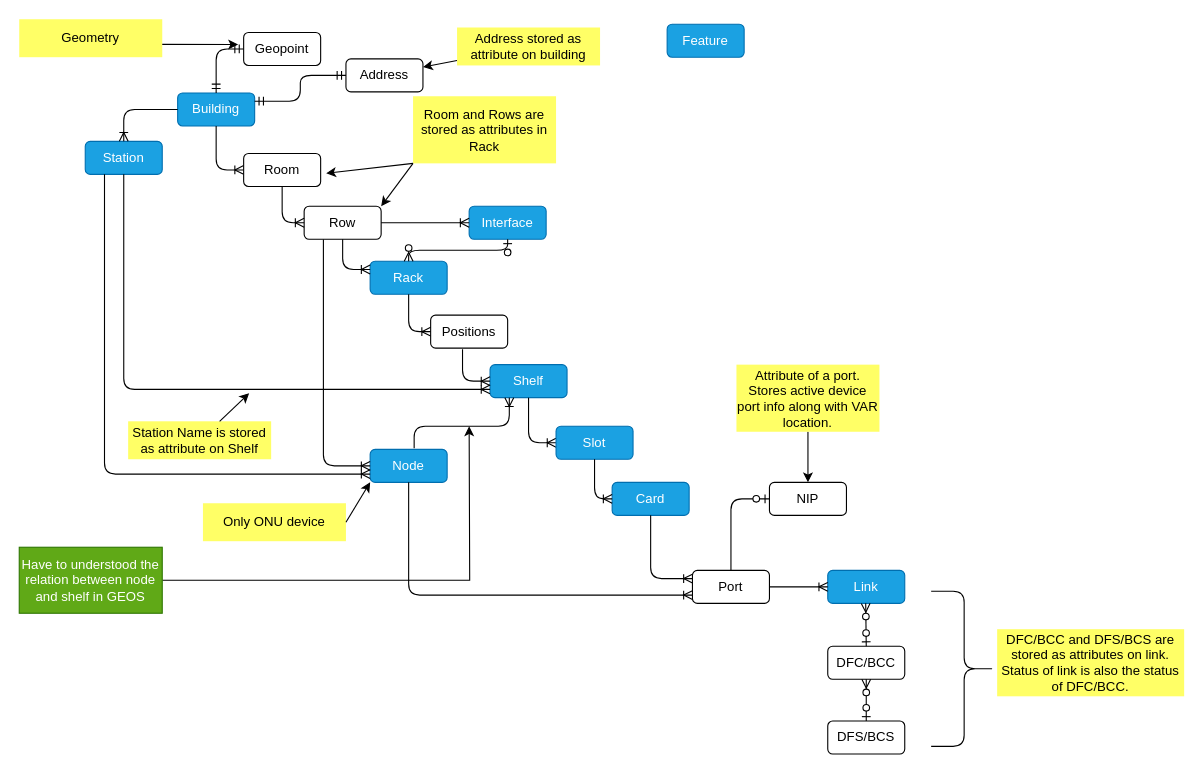
The draw.io diagram page "GIS" (3 of 6) of Untitled Diagram.drawio in dearishtaq/hello-world-old, before the edit. Source tidied: cells renumbered, new cells numbered last; positions are measured from the earlier drawing's top-left corner, leaving out a move shared by most shapes. Both pictures are drawn from the tidied source at 110%, with x=0, y=0 at pixel (19, 19).
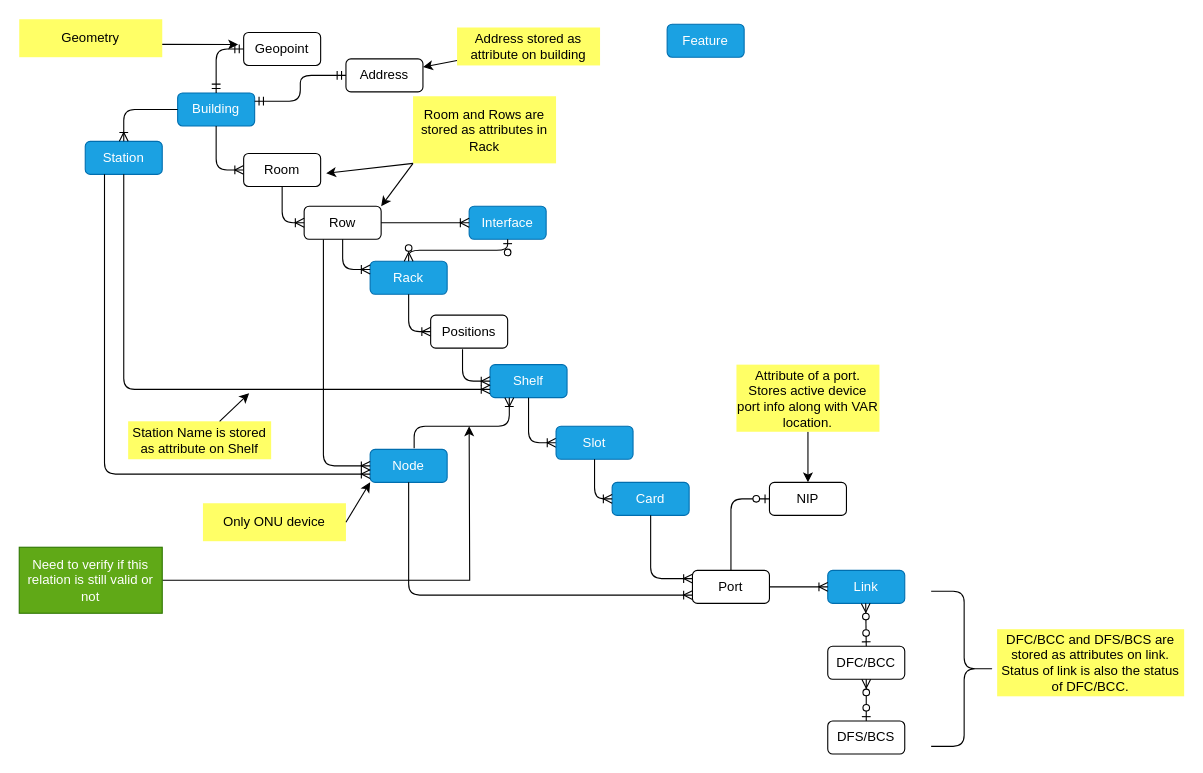
The same page after the edit.

The edit, as a diff of the source:
```diff
@@
-    <mxCell id="60" value="Have to understood the relation between node and shelf in GEOS" style="text;html=1;strokeColor=#2D7600;align=center;verticalAlign=middle;whiteSpace=wrap;overflow=hidden;fillColor=#60a917;fontColor=#ffffff;" parent="1" vertex="1">
+    <mxCell id="60" value="Need to verify if this relation is still valid or not" style="text;html=1;strokeColor=#2D7600;align=center;verticalAlign=middle;whiteSpace=wrap;overflow=hidden;fillColor=#60a917;fontColor=#ffffff;" parent="1" vertex="1">
       <mxGeometry y="480" width="130" height="60" as="geometry" />
     </mxCell>
```
